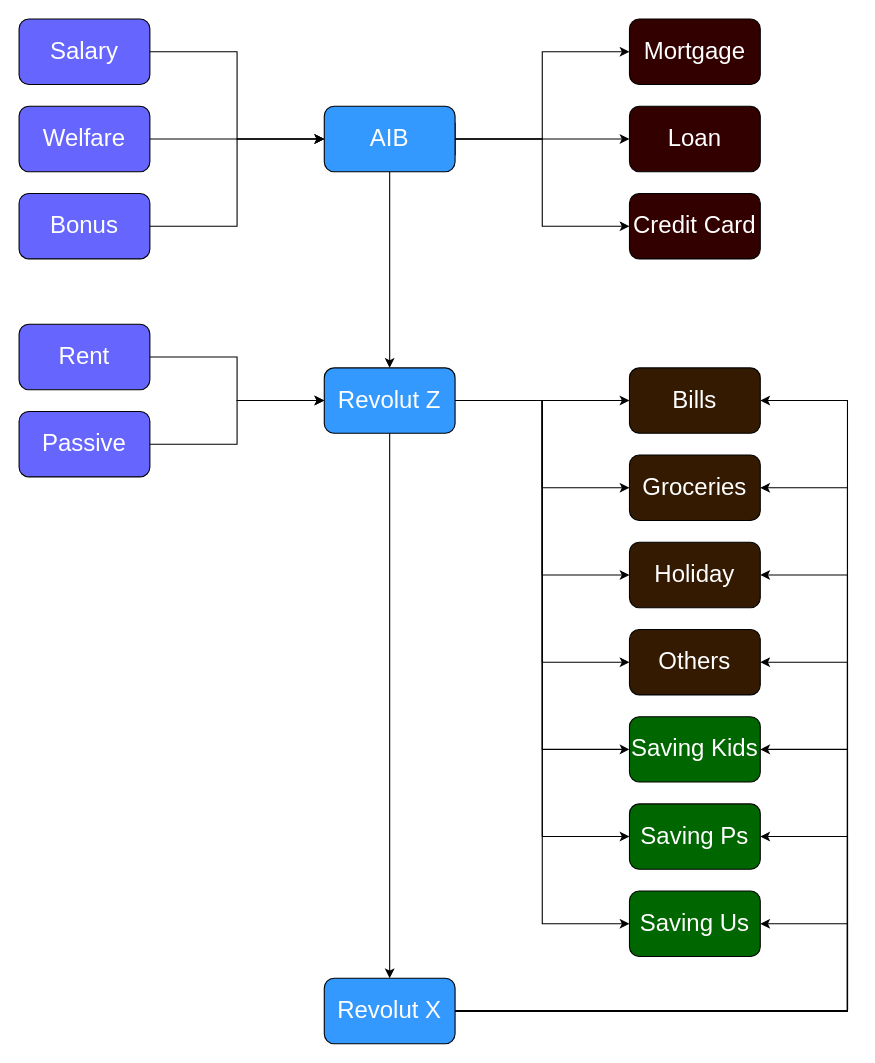
This is Untitled Diagram.drawio from cuizhanming/space-spring, a draw.io file, before an edit. Source tidied: cells renumbered, new cells numbered last; positions are measured from the earlier drawing's top-left corner, leaving out a move shared by most shapes. Both pictures are drawn from the tidied source at 109%, with x=0, y=0 at pixel (19, 19).
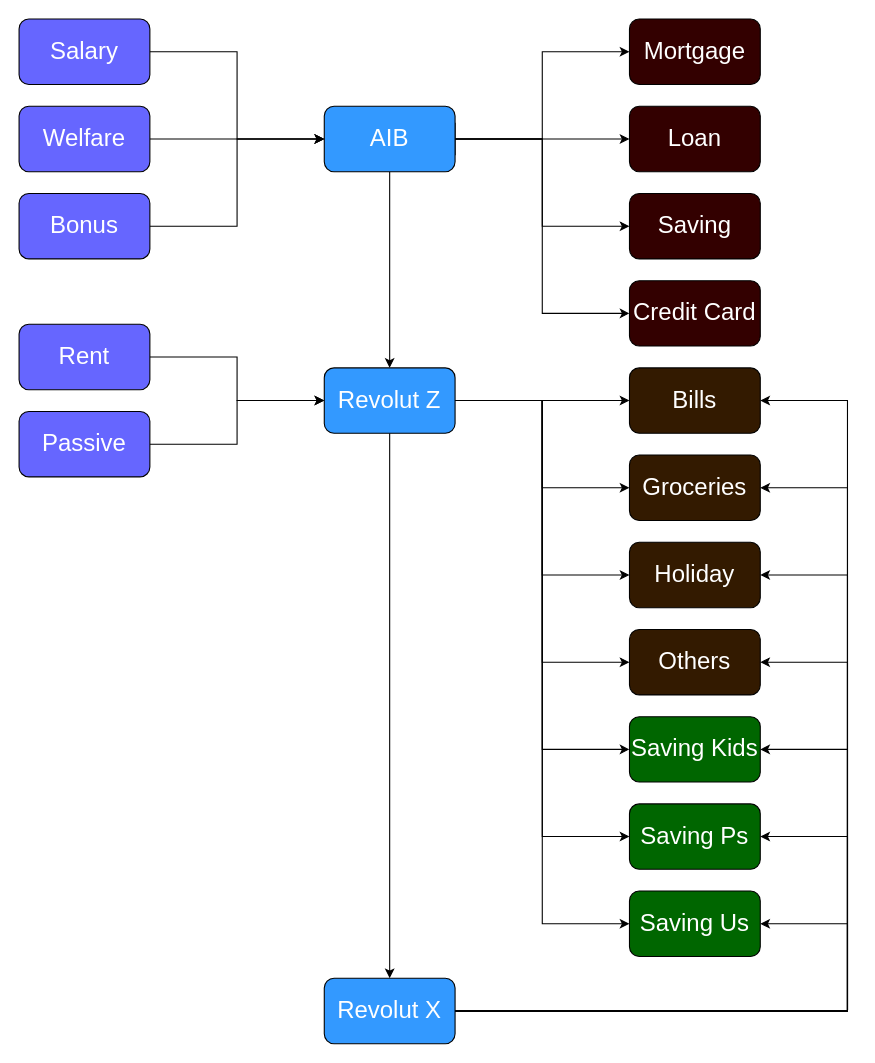
After the change.

The change refers to these unchanged cells:
```xml
<mxCell id="2" style="group;fontSize=22;fontColor=#FFFFFF;" parent="1" vertex="1">
  <mxGeometry width="760" height="940" as="geometry" />
</mxCell>
<mxCell id="18" value="AIB" style="rounded=1;whiteSpace=wrap;html=1;fillColor=#3399FF;fontSize=22;fontColor=#FFFFFF;" parent="2" vertex="1">
  <mxGeometry x="280" y="80" width="120" height="60" as="geometry" />
</mxCell>
```

Change to the diagram source:
```diff
@@
+    <mxCell id="45" style="edgeStyle=orthogonalEdgeStyle;rounded=0;jettySize=auto;html=1;exitX=1;exitY=0.5;exitDx=0;exitDy=0;entryX=0;entryY=0.5;entryDx=0;entryDy=0;" parent="2" edge="1" source="18" target="46">
+      <mxGeometry relative="1" as="geometry" />
+    </mxCell>
@@
-    <mxCell id="19" value="Credit Card" style="rounded=1;whiteSpace=wrap;html=1;fillColor=#330000;fontSize=22;fontColor=#FFFFFF;" parent="2" vertex="1">
+    <mxCell id="19" value="Saving" style="rounded=1;whiteSpace=wrap;html=1;fillColor=#330000;fontSize=22;fontColor=#FFFFFF;" parent="2" vertex="1">
       <mxGeometry x="560" y="160" width="120" height="60" as="geometry" />
     </mxCell>
@@
+    <mxCell id="46" value="Credit Card" style="rounded=1;whiteSpace=wrap;html=1;fillColor=#330000;fontSize=22;fontColor=#FFFFFF;" parent="2" vertex="1">
+      <mxGeometry x="560" y="240" width="120" height="60" as="geometry" />
+    </mxCell>
```
